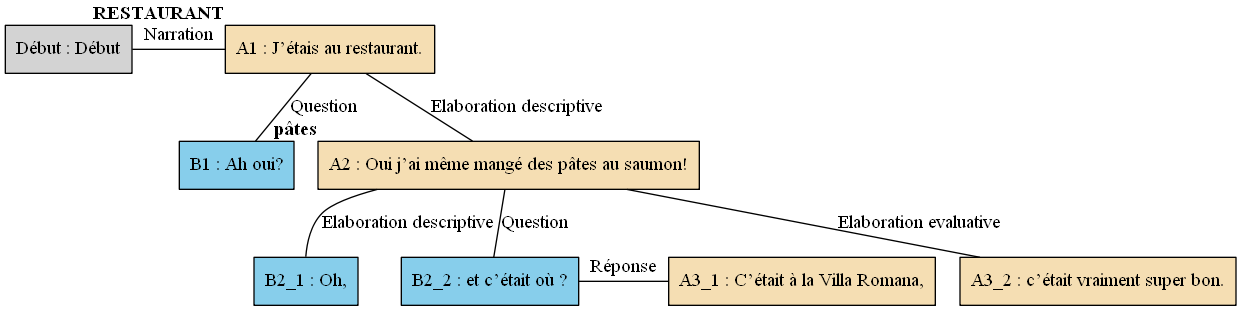
AlaixComet/AnnotationSlamPTut keeps this Graphviz diagram as arbres/Bac_a_sable/Bac_a_sable_-_A03.gv.png. Above is the earlier version. Its source is kept beside it as arbres/Bac_a_sable/Bac_a_sable_-_A03.gv.
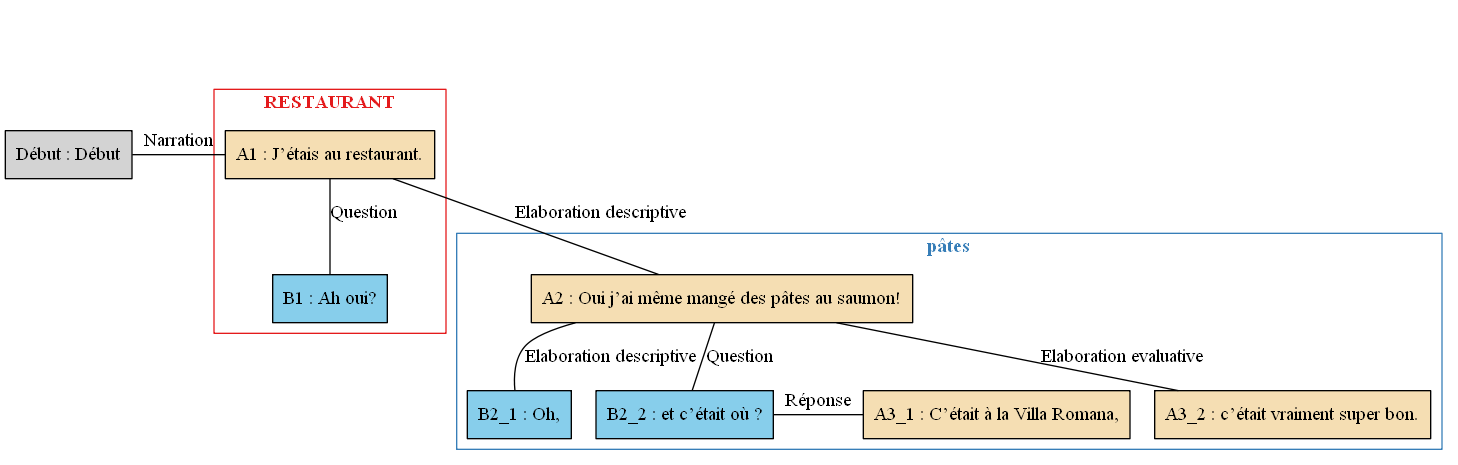
After the commit.

The edit, as a diff of the source:
```diff
@@ -1,28 +1,42 @@
 digraph A03 {
 	node [shape=box style=filled]
-	"Début" [label="Début : Début" xlabel=""]
-	A1 [label="A1 : J’étais au restaurant." fillcolor=wheat xlabel=<<B>RESTAURANT</B>>]
-	B1 [label="B1 : Ah oui?" fillcolor=skyblue xlabel=""]
-	A2 [label="A2 : Oui j’ai même mangé des pâtes au saumon!" fillcolor=wheat xlabel=<<B>pâtes</B>>]
-	B2_1 [label="B2_1 : Oh," fillcolor=skyblue xlabel=""]
-	B2_2 [label="B2_2 : et c’était où ?" fillcolor=skyblue xlabel=""]
-	A3_1 [label="A3_1 : C’était à la Villa Romana," fillcolor=wheat xlabel=""]
-	A3_2 [label="A3_2 : c’était vraiment super bon." fillcolor=wheat xlabel=""]
-	{
-		rank=same
-		"Début"
+	newrank=true
+	zero [style=invis]
+	"Début" [label="Début : Début"]
+	A1 [label="A1 : J’étais au restaurant." fillcolor=wheat]
+	B1 [label="B1 : Ah oui?" fillcolor=skyblue]
+	A2 [label="A2 : Oui j’ai même mangé des pâtes au saumon!" fillcolor=wheat]
+	B2_1 [label="B2_1 : Oh," fillcolor=skyblue]
+	B2_2 [label="B2_2 : et c’était où ?" fillcolor=skyblue]
+	A3_1 [label="A3_1 : C’était à la Villa Romana," fillcolor=wheat]
+	A3_2 [label="A3_2 : c’était vraiment super bon." fillcolor=wheat]
+	zero -> "Début" [label="" style=invis]
+	zero -> A1 [style=invis weight=1]
+	"Début" -> A1 [label=Narration constraint=false dir=none]
+	A1 -> B1 [label=Question dir=none weight=2]
+	A1 -> A2 [label="Elaboration descriptive" dir=none weight=2]
+	A2 -> B2_1 [label="Elaboration descriptive" dir=none weight=2]
+	A2 -> B2_2 [label=Question dir=none weight=2]
+	A2 -> A3_1 [style=invis weight=1]
+	B2_2 -> A3_1 [label="Réponse" constraint=false dir=none]
+	A2 -> A3_2 [label="Elaboration evaluative" dir=none weight=2]
+	subgraph cluster_1 {
+		label=<<B>RESTAURANT</B>>
+		colorscheme=set19
+		color=1
+		fontcolor=1
 		A1
-		"Début" -> A1 [label=Narration dir=none]
+		B1
 	}
-	A1 -> B1 [label=Question dir=none]
-	A1 -> A2 [label="Elaboration descriptive" dir=none]
-	A2 -> B2_1 [label="Elaboration descriptive" dir=none]
-	A2 -> B2_2 [label=Question dir=none]
-	{
-		rank=same
+	subgraph cluster_2 {
+		label=<<B>pâtes</B>>
+		colorscheme=set19
+		color=2
+		fontcolor=2
+		A2
+		B2_1
 		B2_2
 		A3_1
-		B2_2 -> A3_1 [label="Réponse" dir=none]
+		A3_2
 	}
-	A2 -> A3_2 [label="Elaboration evaluative" dir=none]
 }
```
